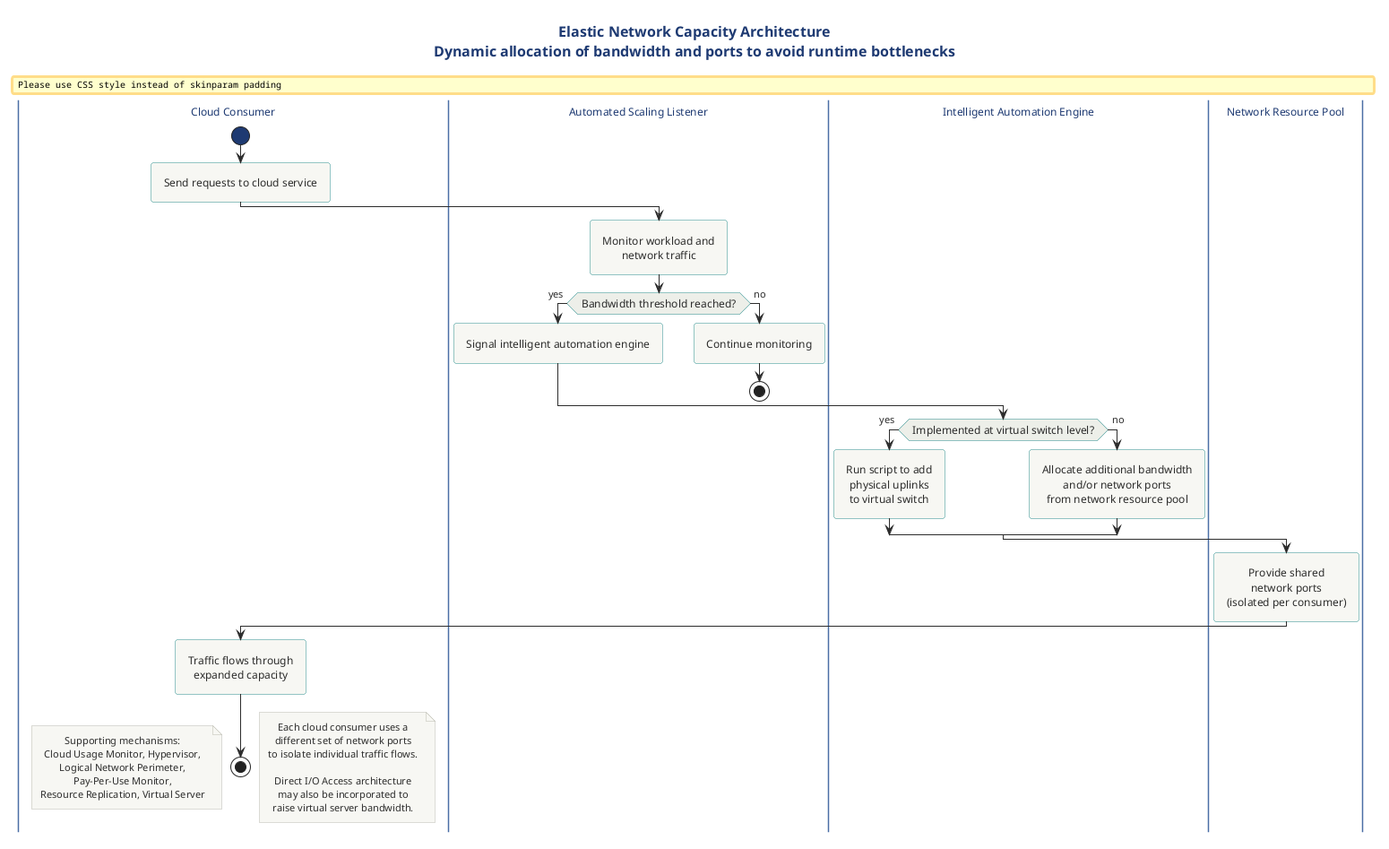
Above: src/architecture/cloud/architecture/cloud-architecture-diagram-library/specialized-cloud-architectures-puml/png/04-elastic-network-capacity.png in Notoriousjayy/latex-docs (PlantUML), before the change. Its diagram source:
```plantuml
@startuml elastic_network_capacity
!include ../../../../../../tooling/styles/plantuml/behavioral/activity-diagram-style.iuml

title Elastic Network Capacity Architecture\nDynamic allocation of bandwidth and ports to avoid runtime bottlenecks

|Cloud Consumer|
start
:Send requests to cloud service;

|Automated Scaling Listener|
:Monitor workload and
network traffic;
if (Bandwidth threshold reached?) then (yes)
  :Signal intelligent automation engine;
else (no)
  :Continue monitoring;
  stop
endif

|Intelligent Automation Engine|
if (Implemented at virtual switch level?) then (yes)
  :Run script to add
  physical uplinks
  to virtual switch;
else (no)
  :Allocate additional bandwidth
  and/or network ports
  from network resource pool;
endif

|Network Resource Pool|
:Provide shared
network ports
(isolated per consumer);

|Cloud Consumer|
:Traffic flows through
expanded capacity;
stop

note right
  Each cloud consumer uses a
  different set of network ports
  to isolate individual traffic flows.

  Direct I/O Access architecture
  may also be incorporated to
  raise virtual server bandwidth.
end note

note left
  Supporting mechanisms:
  Cloud Usage Monitor, Hypervisor,
  Logical Network Perimeter,
  Pay-Per-Use Monitor,
  Resource Replication, Virtual Server
end note

@enduml
```
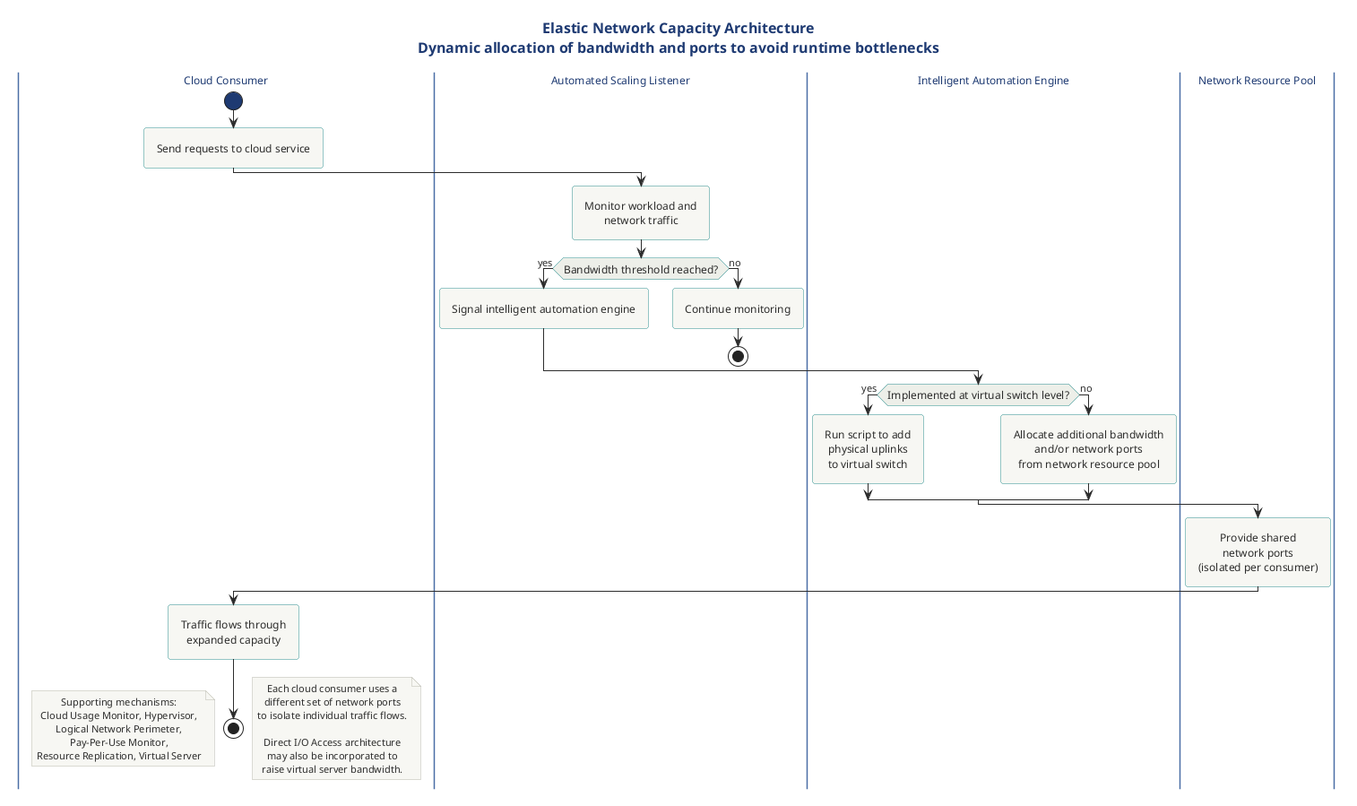
Above is the later version.

The edit, as a diff of the source:
```diff
@@ -1,4 +1,4 @@
-@startuml elastic_network_capacity
+@startuml
 !include ../../../../../../tooling/styles/plantuml/behavioral/activity-diagram-style.iuml
 
 title Elastic Network Capacity Architecture\nDynamic allocation of bandwidth and ports to avoid runtime bottlenecks
```
